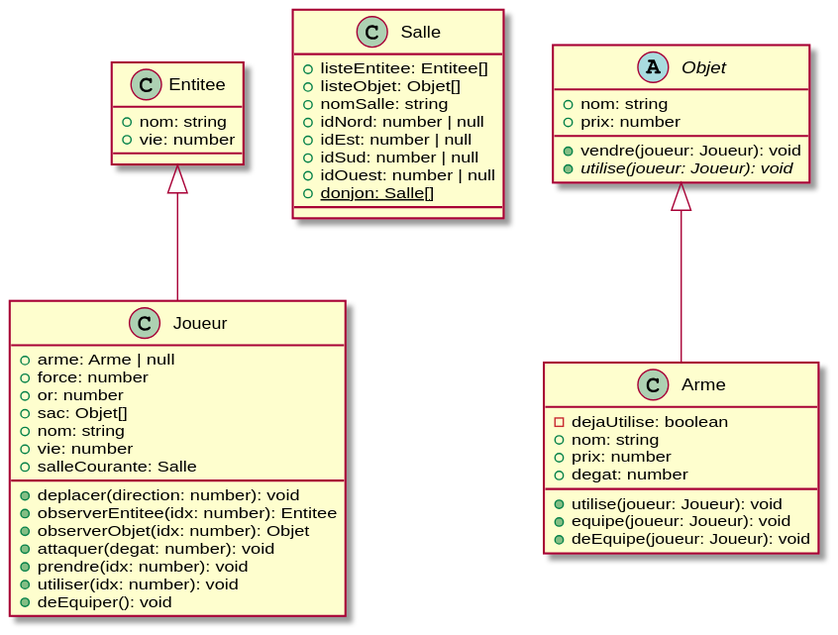
Earlier version of the PlantUML export Projet Donjon/UML/UML.svg (NicolasPereira1/tp-C3P). The source it was exported from:
```plantuml
@startuml
class Entitee {
    +nom: string
    +vie: number
}
class Salle {
    +listeEntitee: Entitee[]
    +listeObjet: Objet[]
    +nomSalle: string
    +idNord: number | null
    +idEst: number | null
    +idSud: number | null
    +idOuest: number | null
    +{static} donjon: Salle[]
}
class Joueur extends Entitee {
    +arme: Arme | null
    +force: number
    +or: number
    +sac: Objet[]
    +nom: string
    +vie: number
    +salleCourante: Salle
    +deplacer(direction: number): void
    +observerEntitee(idx: number): Entitee
    +observerObjet(idx: number): Objet
    +attaquer(degat: number): void
    +prendre(idx: number): void
    +utiliser(idx: number): void
    +deEquiper(): void
}
abstract class Objet {
    +nom: string
    +prix: number
    +vendre(joueur: Joueur): void
    +{abstract} utilise(joueur: Joueur): void
}
class Arme extends Objet {
    -dejaUtilise: boolean
    +nom: string
    +prix: number
    +degat: number
    +utilise(joueur: Joueur): void
    +equipe(joueur: Joueur): void
    +deEquipe(joueur: Joueur): void
}
@enduml
```
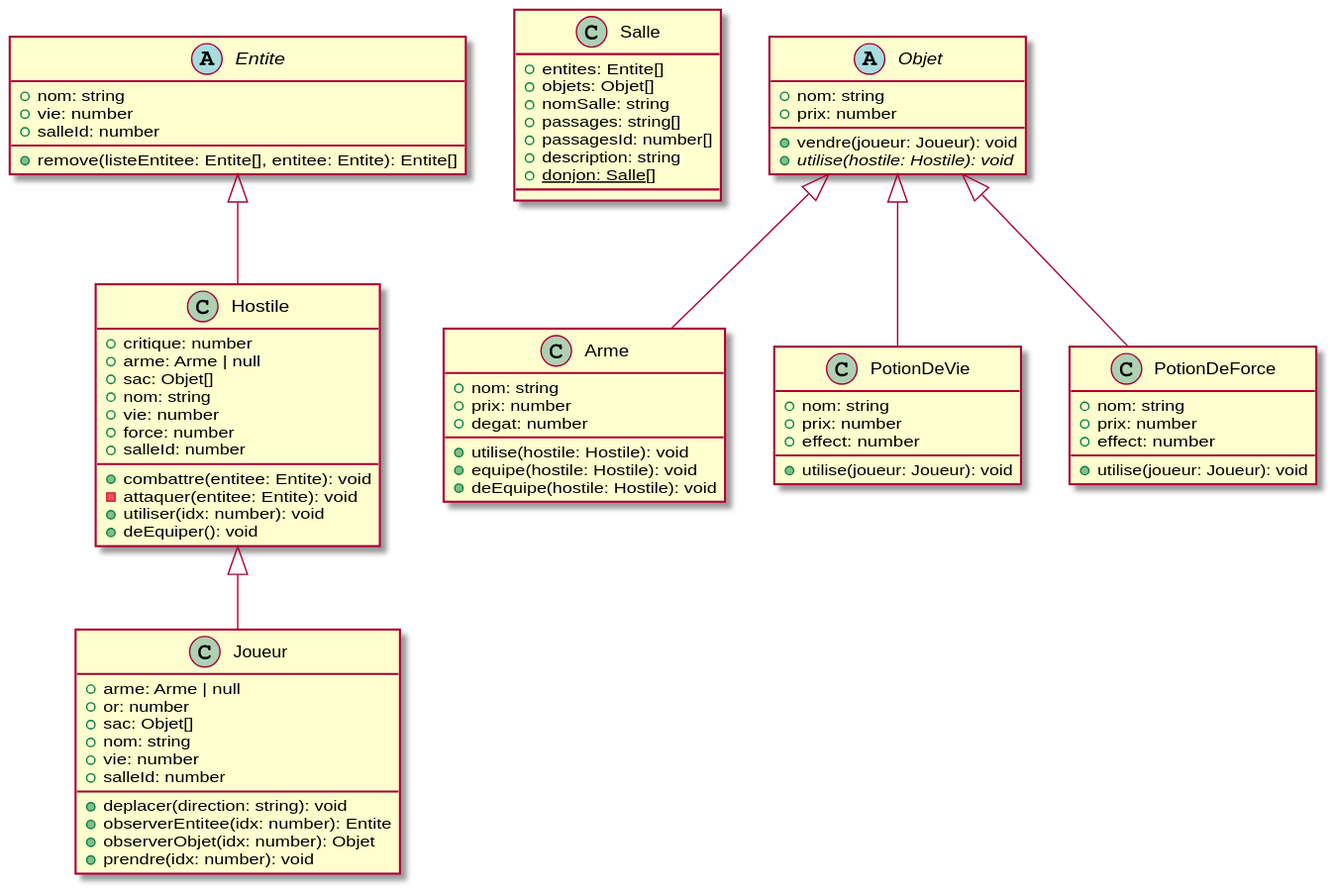
The same file after the commit.

What changed in the source:
```diff
@@ -1,31 +1,29 @@
 @startuml
-class Entitee {
+abstract class Entite {
     +nom: string
     +vie: number
+    +salleId: number
+    +remove(listeEntitee: Entite[], entitee: Entite): Entite[]
 }
 class Salle {
-    +listeEntitee: Entitee[]
-    +listeObjet: Objet[]
+    +entites: Entite[]
+    +objets: Objet[]
     +nomSalle: string
-    +idNord: number | null
-    +idEst: number | null
-    +idSud: number | null
-    +idOuest: number | null
+    +passages: string[]
+    +passagesId: number[]
+    +description: string
     +{static} donjon: Salle[]
 }
-class Joueur extends Entitee {
+class Hostile extends Entite {
+    +critique: number
     +arme: Arme | null
-    +force: number
-    +or: number
     +sac: Objet[]
     +nom: string
     +vie: number
-    +salleCourante: Salle
-    +deplacer(direction: number): void
-    +observerEntitee(idx: number): Entitee
-    +observerObjet(idx: number): Objet
-    +attaquer(degat: number): void
-    +prendre(idx: number): void
+    +force: number
+    +salleId: number
+    +combattre(entitee: Entite): void
+    -attaquer(entitee: Entite): void
     +utiliser(idx: number): void
     +deEquiper(): void
 }
@@ -33,15 +31,38 @@
     +nom: string
     +prix: number
     +vendre(joueur: Joueur): void
-    +{abstract} utilise(joueur: Joueur): void
+    +{abstract} utilise(hostile: Hostile): void
 }
 class Arme extends Objet {
-    -dejaUtilise: boolean
     +nom: string
     +prix: number
     +degat: number
+    +utilise(hostile: Hostile): void
+    +equipe(hostile: Hostile): void
+    +deEquipe(hostile: Hostile): void
+}
+class Joueur extends Hostile {
+    +arme: Arme | null
+    +or: number
+    +sac: Objet[]
+    +nom: string
+    +vie: number
+    +salleId: number
+    +deplacer(direction: string): void
+    +observerEntitee(idx: number): Entite
+    +observerObjet(idx: number): Objet
+    +prendre(idx: number): void
+}
+class PotionDeVie extends Objet {
+    +nom: string
+    +prix: number
+    +effect: number
     +utilise(joueur: Joueur): void
-    +equipe(joueur: Joueur): void
-    +deEquipe(joueur: Joueur): void
+}
+class PotionDeForce extends Objet {
+    +nom: string
+    +prix: number
+    +effect: number
+    +utilise(joueur: Joueur): void
 }
 @enduml
```
